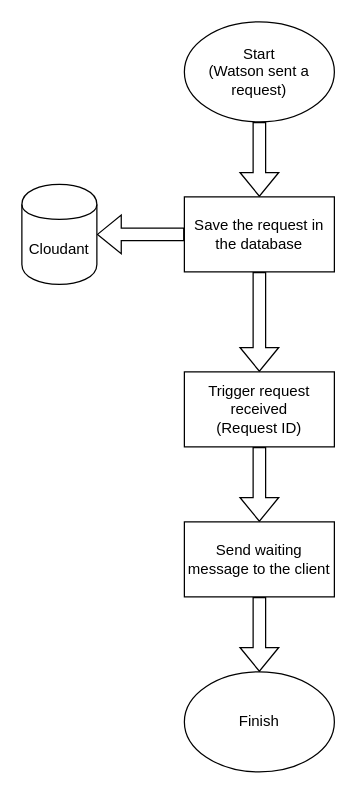
cityplus/docs keeps this draw.io diagram as page "Request Received" (1 of 3) of flows.drawio. Above is the earlier version. Source tidied: cells renumbered, new cells numbered last; positions are measured from the earlier drawing's top-left corner, leaving out a move shared by most shapes. Both pictures are drawn from the tidied source at 125%, with x=0, y=0 at pixel (21, 21).
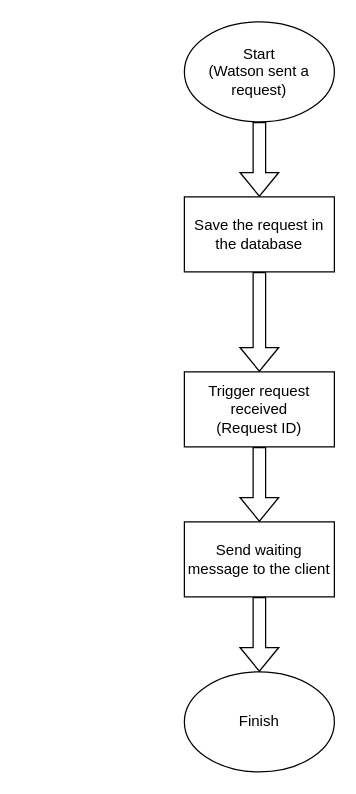
The same page after the edit.

What changed in the source:
```diff
@@
 <mxGraphModel background="#ffffff">
   <root>
     <mxCell id="0" />
     <mxCell id="1" parent="0" />
     <mxCell id="2" style="edgeStyle=orthogonalEdgeStyle;shape=flexArrow;rounded=0;jettySize=auto;html=1;" parent="1" edge="1" source="3" target="6">
       <mxGeometry relative="1" as="geometry" />
     </mxCell>
     <mxCell id="3" value="&lt;div&gt;Start&lt;/div&gt;&lt;div&gt;(Watson sent a request)&lt;br&gt;&lt;/div&gt;" style="ellipse;whiteSpace=wrap;html=1;" parent="1" vertex="1">
       <mxGeometry x="130" width="120" height="80" as="geometry" />
     </mxCell>
     <mxCell id="4" style="edgeStyle=orthogonalEdgeStyle;shape=flexArrow;rounded=0;jettySize=auto;html=1;" parent="1" edge="1" source="6" target="9">
       <mxGeometry relative="1" as="geometry" />
     </mxCell>
-    <mxCell id="5" style="edgeStyle=orthogonalEdgeStyle;shape=flexArrow;rounded=0;jettySize=auto;html=1;" parent="1" edge="1" source="6" target="7">
-      <mxGeometry relative="1" as="geometry" />
-    </mxCell>
     <mxCell id="6" value="Save the request in the database" style="rounded=0;whiteSpace=wrap;html=1;" parent="1" vertex="1">
       <mxGeometry x="130" y="140" width="120" height="60" as="geometry" />
     </mxCell>
-    <mxCell id="7" value="Cloudant" style="shape=cylinder;whiteSpace=wrap;html=1;boundedLbl=1;backgroundOutline=1;" parent="1" vertex="1">
-      <mxGeometry y="130" width="60" height="80" as="geometry" />
-    </mxCell>
     <mxCell id="8" style="edgeStyle=orthogonalEdgeStyle;shape=flexArrow;rounded=0;jettySize=auto;html=1;" parent="1" edge="1" source="9" target="11">
       <mxGeometry relative="1" as="geometry" />
     </mxCell>
     <mxCell id="9" value="&lt;div&gt;Trigger request received&lt;/div&gt;&lt;div&gt;(Request ID)&lt;br&gt;&lt;/div&gt;" style="rounded=0;whiteSpace=wrap;html=1;" parent="1" vertex="1">
       <mxGeometry x="130" y="280" width="120" height="60" as="geometry" />
     </mxCell>
     <mxCell id="10" style="edgeStyle=orthogonalEdgeStyle;shape=flexArrow;rounded=0;jettySize=auto;html=1;" parent="1" edge="1" source="11" target="12">
       <mxGeometry relative="1" as="geometry" />
     </mxCell>
     <mxCell id="11" value="Send waiting message to the client" style="rounded=0;whiteSpace=wrap;html=1;" parent="1" vertex="1">
       <mxGeometry x="130" y="400" width="120" height="60" as="geometry" />
     </mxCell>
     <mxCell id="12" value="Finish" style="ellipse;whiteSpace=wrap;html=1;" parent="1" vertex="1">
       <mxGeometry x="130" y="520" width="120" height="80" as="geometry" />
     </mxCell>
   </root>
 </mxGraphModel>
```
